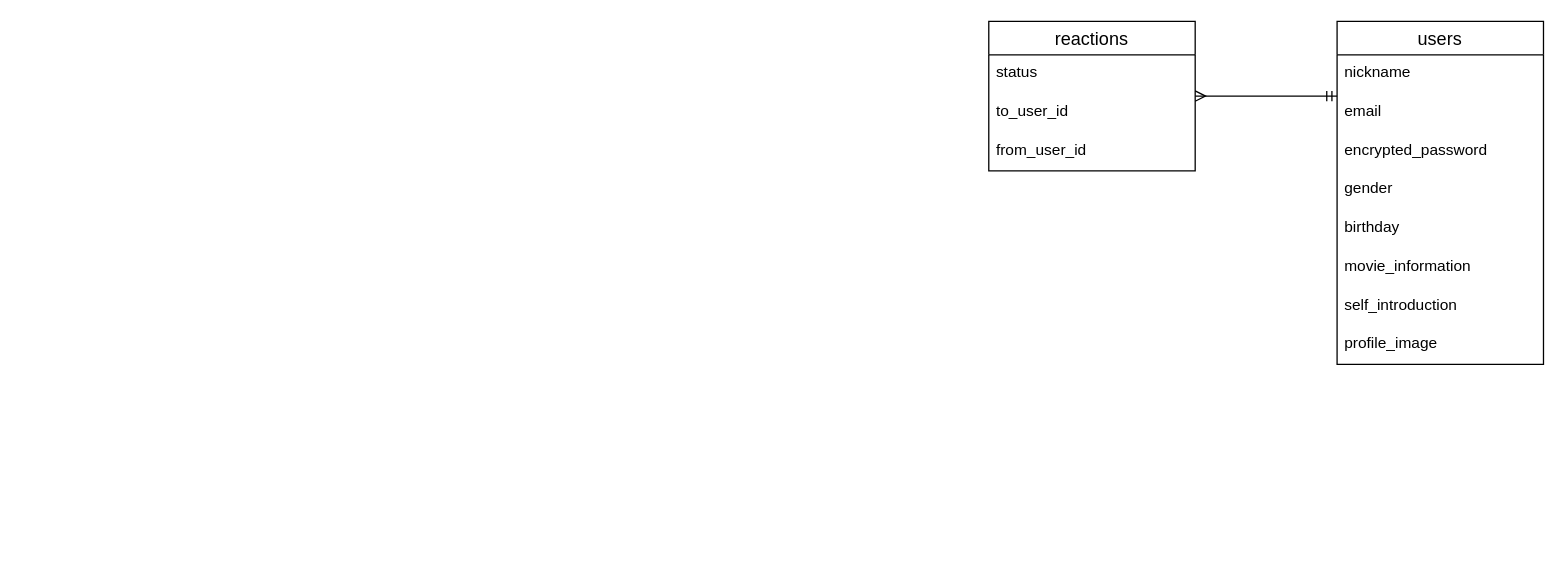
The draw.io diagram movies.dio in yukki373/movies, before the edit. Source tidied: cells renumbered, new cells numbered last; positions are measured from the earlier drawing's top-left corner, leaving out a move shared by most shapes. Both pictures are drawn from the tidied source at 129%, with x=0, y=0 at pixel (988, 21).
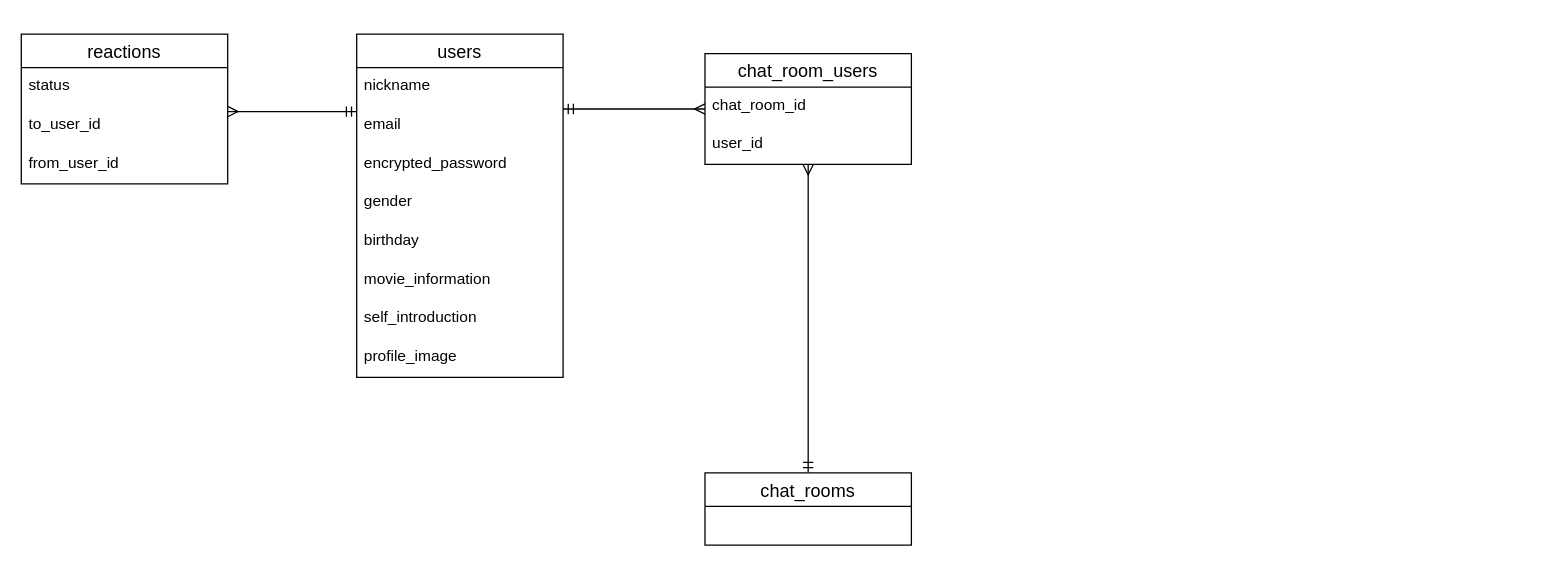
After the change.

Diff of the diagram source:
```diff
@@
     <mxCell id="2" style="edgeStyle=orthogonalEdgeStyle;rounded=0;jettySize=auto;html=1;startArrow=ERmandOne;startFill=0;endArrow=ERmany;endFill=0;" parent="1" edge="1" source="3" target="12">
       <mxGeometry relative="1" as="geometry">
         <Array as="points">
-          <mxPoint x="240" y="58" />
-          <mxPoint x="240" y="58" />
+          <mxPoint x="-500" y="70" />
+          <mxPoint x="-500" y="70" />
         </Array>
       </mxGeometry>
     </mxCell>
     <mxCell id="3" value="users" style="swimlane;fontStyle=0;horizontal=1;startSize=26;align=center;fontSize=14;" parent="1" vertex="1">
-      <mxGeometry x="270" width="160" height="266" as="geometry" />
+      <mxGeometry x="-490" y="10" width="160" height="266" as="geometry" />
     </mxCell>
@@
     <mxCell id="12" value="reactions" style="swimlane;fontStyle=0;horizontal=1;startSize=26;align=center;fontSize=14;" parent="1" vertex="1">
-      <mxGeometry width="160" height="116" as="geometry" />
+      <mxGeometry x="-750" y="10" width="160" height="116" as="geometry" />
     </mxCell>
@@
+    <mxCell id="16" style="edgeStyle=orthogonalEdgeStyle;rounded=0;jettySize=auto;html=1;endArrow=ERmandOne;endFill=0;startArrow=ERmany;startFill=0;" parent="1" edge="1" source="17" target="3">
+      <mxGeometry relative="1" as="geometry">
+        <Array as="points">
+          <mxPoint x="-310" y="68" />
+          <mxPoint x="-310" y="68" />
+        </Array>
+      </mxGeometry>
+    </mxCell>
+    <mxCell id="17" value="chat_room_users" style="swimlane;fontStyle=0;horizontal=1;startSize=26;align=center;fontSize=14;" parent="1" vertex="1">
+      <mxGeometry x="-220" y="25" width="160" height="86" as="geometry" />
+    </mxCell>
+    <mxCell id="18" value="chat_room_id" style="text;strokeColor=none;fillColor=none;spacingLeft=4;spacingRight=4;overflow=hidden;fontSize=12;" parent="17" vertex="1">
+      <mxGeometry y="26" width="160" height="30" as="geometry" />
+    </mxCell>
+    <mxCell id="19" value="user_id" style="text;strokeColor=none;fillColor=none;spacingLeft=4;spacingRight=4;overflow=hidden;fontSize=12;" parent="17" vertex="1">
+      <mxGeometry y="56" width="160" height="30" as="geometry" />
+    </mxCell>
+    <mxCell id="20" style="edgeStyle=orthogonalEdgeStyle;rounded=0;jettySize=auto;html=1;startArrow=ERmandOne;startFill=0;endArrow=ERmany;endFill=0;" parent="1" edge="1" source="21" target="17">
+      <mxGeometry relative="1" as="geometry" />
+    </mxCell>
+    <mxCell id="21" value="chat_rooms" style="swimlane;fontStyle=0;horizontal=1;startSize=26;align=center;fontSize=14;" parent="1" vertex="1">
+      <mxGeometry x="-220" y="350" width="160" height="56" as="geometry" />
+    </mxCell>
```
